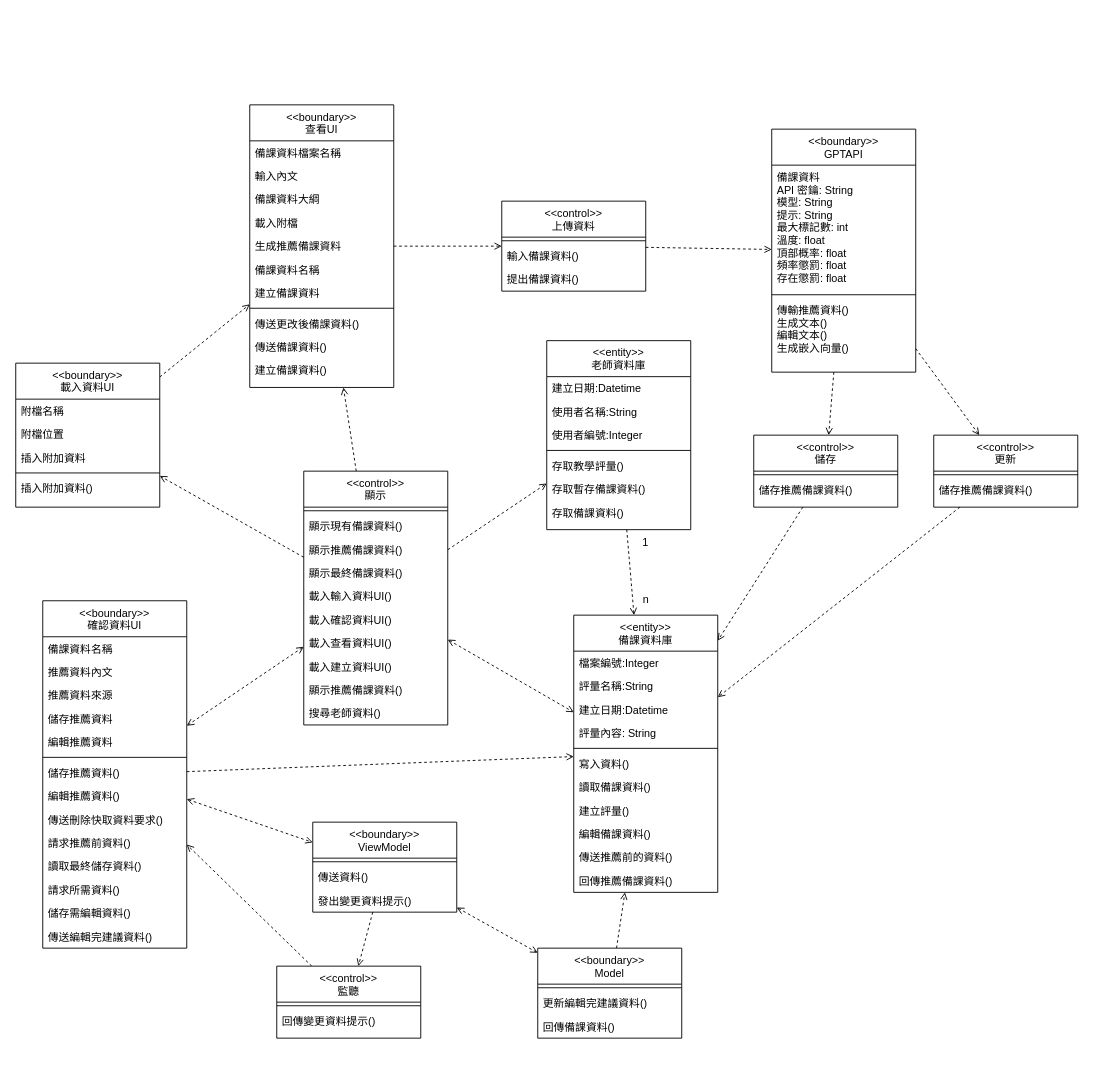
Kevincheng0804/System-analysis keeps this draw.io diagram as 類別圖(建立備課資料)修改.drawio. Above is the earlier version. Source tidied: cells renumbered, new cells numbered last; positions are measured from the earlier drawing's top-left corner, leaving out a move shared by most shapes. Both pictures are drawn from the tidied source at 90%, with x=0, y=0 at pixel (15, 104).
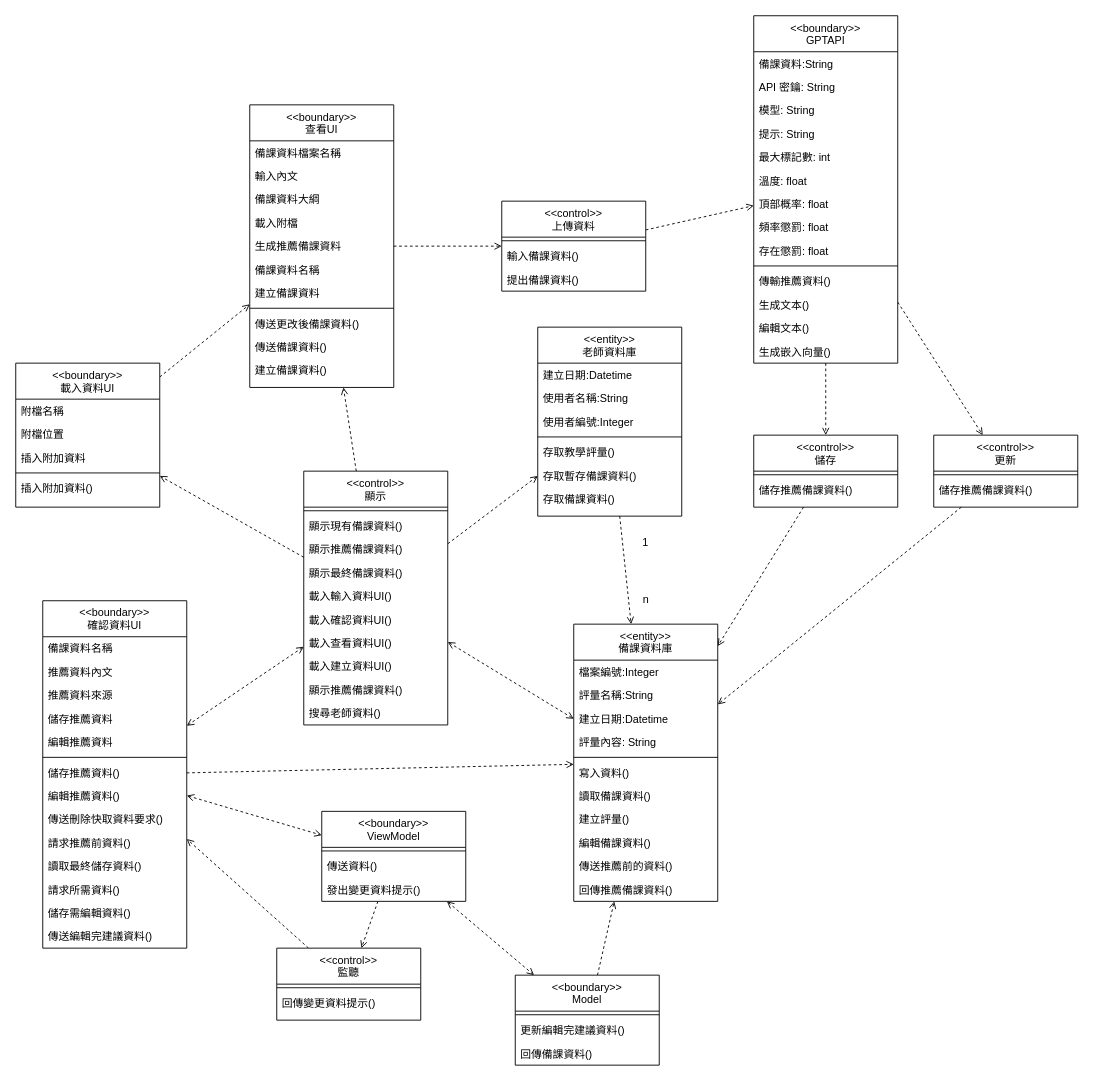
Above is the later version.

Diff of the diagram source:
```diff
@@
     <mxCell id="60" value="&lt;&lt;entity&gt;&gt;&#10;備課資料庫" style="swimlane;fontStyle=0;align=center;verticalAlign=top;horizontal=1;startSize=40;rounded=0;shadow=0;strokeWidth=1;" parent="1" vertex="1">
-      <mxGeometry x="620" y="567" width="160" height="308" as="geometry" />
+      <mxGeometry x="620" y="577" width="160" height="308" as="geometry" />
     </mxCell>
@@
     <mxCell id="74" value="&lt;&lt;boundary&gt;&gt;&#10;ViewModel" style="swimlane;fontStyle=0;align=center;verticalAlign=top;horizontal=1;startSize=40;rounded=0;shadow=0;strokeWidth=1;" parent="1" vertex="1">
-      <mxGeometry x="330" y="797" width="160" height="100" as="geometry" />
+      <mxGeometry x="340" y="785" width="160" height="100" as="geometry" />
     </mxCell>
@@
     <mxCell id="79" value="&lt;&lt;entity&gt;&gt;&#10;老師資料庫" style="swimlane;fontStyle=0;align=center;verticalAlign=top;horizontal=1;startSize=40;rounded=0;shadow=0;strokeWidth=1;" parent="1" vertex="1">
-      <mxGeometry x="590" y="262" width="160" height="210" as="geometry" />
+      <mxGeometry x="580" y="247" width="160" height="210" as="geometry" />
     </mxCell>
@@
     <mxCell id="89" value="&lt;&lt;boundary&gt;&gt;&#10;GPTAPI" style="swimlane;fontStyle=0;align=center;verticalAlign=top;horizontal=1;startSize=40;rounded=0;shadow=0;strokeWidth=1;" parent="1" vertex="1">
-      <mxGeometry x="840" y="27" width="160" height="270" as="geometry" />
+      <mxGeometry x="820" y="-99" width="160" height="386" as="geometry" />
     </mxCell>
-    <mxCell id="90" value="備課資料&#10;API 密鑰: String&#10;模型: String&#10;提示: String&#10;最大標記數: int&#10;溫度: float&#10;頂部概率: float&#10;頻率懲罰: float&#10;存在懲罰: float" style="text;align=left;verticalAlign=top;spacingLeft=4;spacingRight=4;overflow=hidden;rounded=0;shadow=0;html=0;" parent="89" vertex="1">
-      <mxGeometry y="40" width="160" height="140" as="geometry" />
-    </mxCell>
+    <mxCell id="112" value="備課資料:String" style="text;align=left;verticalAlign=top;spacingLeft=4;spacingRight=4;overflow=hidden;" parent="89" vertex="1">
+      <mxGeometry y="40" width="160" height="26" as="geometry" />
+    </mxCell>
+    <mxCell id="113" value="API 密鑰: String" style="text;align=left;verticalAlign=top;spacingLeft=4;spacingRight=4;overflow=hidden;" parent="89" vertex="1">
+      <mxGeometry y="66" width="160" height="26" as="geometry" />
+    </mxCell>
+    <mxCell id="114" value="模型: String" style="text;align=left;verticalAlign=top;spacingLeft=4;spacingRight=4;overflow=hidden;" parent="89" vertex="1">
+      <mxGeometry y="92" width="160" height="26" as="geometry" />
+    </mxCell>
+    <mxCell id="115" value="提示: String" style="text;align=left;verticalAlign=top;spacingLeft=4;spacingRight=4;overflow=hidden;" parent="89" vertex="1">
+      <mxGeometry y="118" width="160" height="26" as="geometry" />
+    </mxCell>
+    <mxCell id="116" value="最大標記數: int" style="text;align=left;verticalAlign=top;spacingLeft=4;spacingRight=4;overflow=hidden;" parent="89" vertex="1">
+      <mxGeometry y="144" width="160" height="26" as="geometry" />
+    </mxCell>
+    <mxCell id="117" value="溫度: float" style="text;align=left;verticalAlign=top;spacingLeft=4;spacingRight=4;overflow=hidden;" parent="89" vertex="1">
+      <mxGeometry y="170" width="160" height="26" as="geometry" />
+    </mxCell>
+    <mxCell id="118" value="頂部概率: float" style="text;align=left;verticalAlign=top;spacingLeft=4;spacingRight=4;overflow=hidden;" parent="89" vertex="1">
+      <mxGeometry y="196" width="160" height="26" as="geometry" />
+    </mxCell>
+    <mxCell id="119" value="頻率懲罰: float" style="text;align=left;verticalAlign=top;spacingLeft=4;spacingRight=4;overflow=hidden;" parent="89" vertex="1">
+      <mxGeometry y="222" width="160" height="26" as="geometry" />
+    </mxCell>
+    <mxCell id="120" value="存在懲罰: float" style="text;align=left;verticalAlign=top;spacingLeft=4;spacingRight=4;overflow=hidden;" parent="89" vertex="1">
+      <mxGeometry y="248" width="160" height="26" as="geometry" />
+    </mxCell>
     <mxCell id="91" style="line;html=1;strokeWidth=1;align=left;verticalAlign=middle;spacingTop=-1;spacingLeft=3;spacingRight=3;labelPosition=right;" parent="89" vertex="1">
-      <mxGeometry y="180" width="160" height="8" as="geometry" />
+      <mxGeometry y="274" width="160" height="8" as="geometry" />
     </mxCell>
-    <mxCell id="92" value="傳輸推薦資料()&#10;生成文本()&#10;編輯文本()&#10;生成嵌入向量()" style="text;align=left;verticalAlign=top;spacingLeft=4;spacingRight=4;overflow=hidden;" parent="89" vertex="1">
-      <mxGeometry y="188" width="160" height="82" as="geometry" />
-    </mxCell>
+    <mxCell id="121" value="傳輸推薦資料()" style="text;align=left;verticalAlign=top;spacingLeft=4;spacingRight=4;overflow=hidden;" parent="89" vertex="1">
+      <mxGeometry y="282" width="160" height="26" as="geometry" />
+    </mxCell>
+    <mxCell id="122" value="生成文本()" style="text;align=left;verticalAlign=top;spacingLeft=4;spacingRight=4;overflow=hidden;" parent="89" vertex="1">
+      <mxGeometry y="308" width="160" height="26" as="geometry" />
+    </mxCell>
+    <mxCell id="123" value="編輯文本()" style="text;align=left;verticalAlign=top;spacingLeft=4;spacingRight=4;overflow=hidden;" parent="89" vertex="1">
+      <mxGeometry y="334" width="160" height="26" as="geometry" />
+    </mxCell>
+    <mxCell id="124" value="生成嵌入向量()" style="text;align=left;verticalAlign=top;spacingLeft=4;spacingRight=4;overflow=hidden;" parent="89" vertex="1">
+      <mxGeometry y="360" width="160" height="26" as="geometry" />
+    </mxCell>
@@
     <mxCell id="102" value="&lt;&lt;boundary&gt;&gt;&#10;Model" style="swimlane;fontStyle=0;align=center;verticalAlign=top;horizontal=1;startSize=40;rounded=0;shadow=0;strokeWidth=1;" parent="1" vertex="1">
-      <mxGeometry x="580" y="937" width="160" height="100" as="geometry" />
+      <mxGeometry x="555" y="967" width="160" height="100" as="geometry" />
     </mxCell>
@@
     <mxCell id="107" value="&lt;&lt;control&gt;&gt;&#10;監聽" style="swimlane;fontStyle=0;align=center;verticalAlign=top;horizontal=1;startSize=40;rounded=0;shadow=0;strokeWidth=1;" parent="1" vertex="1">
-      <mxGeometry x="290" y="957" width="160" height="80" as="geometry" />
+      <mxGeometry x="290" y="937" width="160" height="80" as="geometry" />
     </mxCell>
```
